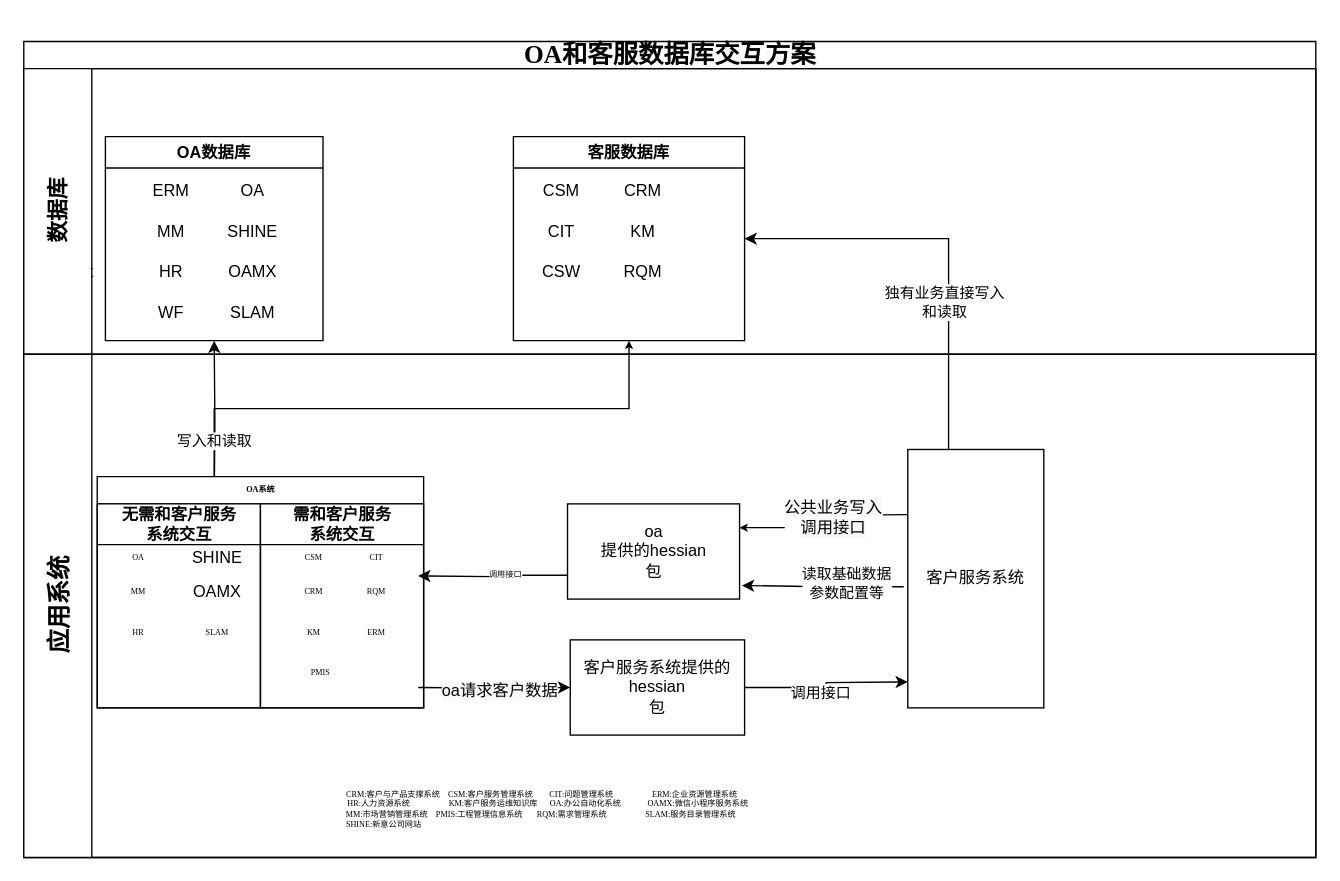
lin-owen/hello-world keeps this draw.io diagram as newModel.drawio. Above is the earlier version. Source tidied: cells renumbered, new cells numbered last; positions are measured from the earlier drawing's top-left corner, leaving out a move shared by most shapes. Both pictures are drawn from the tidied source at 136%, with x=0, y=0 at pixel (23, 41).
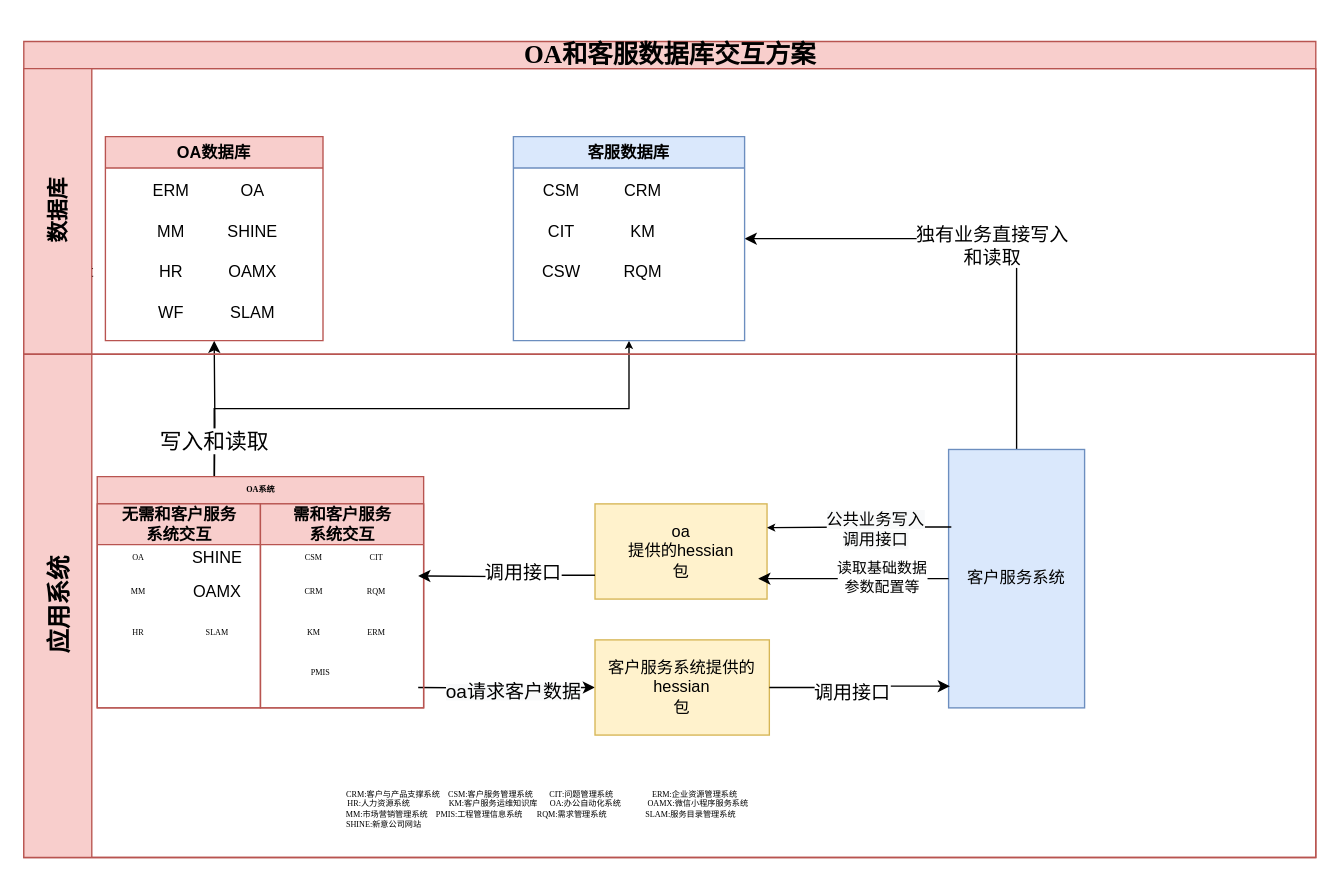
The same diagram, later.

Unchanged cells that the change refers to:
```xml
<mxCell id="3" style="edgeStyle=orthogonalEdgeStyle;rounded=0;jettySize=auto;html=1;entryX=0;entryY=0.5;entryDx=0;entryDy=0;" parent="1" edge="1" target="45">
  <mxGeometry relative="1" as="geometry">
    <mxPoint x="290" y="475" as="sourcePoint" />
  </mxGeometry>
</mxCell>
<mxCell id="55" style="edgeStyle=orthogonalEdgeStyle;rounded=0;jettySize=auto;html=1;exitX=0;exitY=0.75;exitDx=0;exitDy=0;fontFamily=Times New Roman;fontSize=6;" parent="1" edge="1" source="46">
  <mxGeometry relative="1" as="geometry">
    <mxPoint x="290" y="393" as="targetPoint" />
  </mxGeometry>
</mxCell>
```

What changed in the source:
```diff
@@
-    <mxCell id="4" value="&lt;span style=&quot;font-size: 12px ; background-color: rgb(248 , 249 , 250)&quot;&gt;oa请求客户数据&lt;/span&gt;" style="edgeLabel;html=1;align=center;verticalAlign=middle;" parent="3" vertex="1">
+    <mxCell id="4" value="&lt;span style=&quot;background-color: rgb(248 , 249 , 250)&quot;&gt;&lt;font style=&quot;font-size: 14px&quot;&gt;oa请求客户数据&lt;/font&gt;&lt;/span&gt;" style="edgeLabel;html=1;align=center;verticalAlign=middle;" parent="3" vertex="1">
       <mxGeometry x="0.07" y="-2" relative="1" as="geometry" />
     </mxCell>
     <mxCell id="5" style="edgeStyle=orthogonalEdgeStyle;rounded=0;jettySize=auto;html=1;entryX=1;entryY=0.5;entryDx=0;entryDy=0;exitX=0.5;exitY=0;exitDx=0;exitDy=0;" parent="1" edge="1" source="47" target="9">
       <mxGeometry relative="1" as="geometry">
         <Array as="points">
-          <mxPoint x="680" y="330" />
-          <mxPoint x="680" y="145" />
+          <mxPoint x="730" y="145" />
         </Array>
       </mxGeometry>
     </mxCell>
-    <mxCell id="6" value="独有业务直接写入&lt;br&gt;和读取" style="edgeLabel;html=1;align=center;verticalAlign=middle;" parent="5" vertex="1">
+    <mxCell id="6" value="独有业务直接写入&lt;br style=&quot;font-size: 14px;&quot;&gt;和读取" style="edgeLabel;html=1;align=center;verticalAlign=middle;fontSize=14;" parent="5" vertex="1">
       <mxGeometry x="-0.02" y="4" relative="1" as="geometry" />
     </mxCell>
-    <mxCell id="7" style="edgeStyle=orthogonalEdgeStyle;rounded=0;jettySize=auto;html=1;startSize=3;endSize=3;entryX=0.5;entryY=1;entryDx=0;entryDy=0;" parent="1" edge="1" target="9">
+    <mxCell id="7" style="edgeStyle=orthogonalEdgeStyle;rounded=0;jettySize=auto;html=1;startSize=3;endSize=3;entryX=0.5;entryY=1;entryDx=0;entryDy=0;strokeWidth=1;" parent="1" edge="1" target="9">
       <mxGeometry relative="1" as="geometry">
         <mxPoint x="140" y="340" as="sourcePoint" />
         <Array as="points">
           <mxPoint x="140" y="270" />
           <mxPoint x="445" y="270" />
         </Array>
       </mxGeometry>
     </mxCell>
-    <mxCell id="8" value="写入和读取" style="edgeLabel;html=1;align=center;verticalAlign=middle;" parent="7" vertex="1">
+    <mxCell id="8" value="写入和读取" style="edgeLabel;html=1;align=center;verticalAlign=middle;fontSize=16;" parent="7" vertex="1">
       <mxGeometry x="-0.78" y="1" relative="1" as="geometry" />
     </mxCell>
-    <mxCell id="9" value="客服数据库" style="swimlane;" parent="1" vertex="1">
+    <mxCell id="9" value="客服数据库" style="swimlane;fillColor=#dae8fc;strokeColor=#6c8ebf;" parent="1" vertex="1">
       <mxGeometry x="360" y="70" width="170" height="150" as="geometry" />
     </mxCell>
@@
-    <mxCell id="16" value="OA数据库" style="swimlane;" parent="1" vertex="1">
+    <mxCell id="16" value="OA数据库" style="swimlane;fillColor=#f8cecc;strokeColor=#b85450;" parent="1" vertex="1">
       <mxGeometry x="60" y="70" width="160" height="150" as="geometry" />
     </mxCell>
@@
-    <mxCell id="26" value="&lt;p class=&quot;MsoNormal&quot; style=&quot;margin-left: 21.25pt ; text-indent: -21.25pt&quot;&gt;&lt;span style=&quot;font-size: 18.6667px&quot;&gt;OA和客服数据库交互方案&lt;/span&gt;&lt;/p&gt;" style="swimlane;html=1;horizontal=1;startSize=20;labelPosition=center;verticalLabelPosition=middle;align=center;verticalAlign=middle;fontFamily=Times New Roman;" parent="1" vertex="1">
+    <mxCell id="26" value="&lt;p class=&quot;MsoNormal&quot; style=&quot;margin-left: 21.25pt ; text-indent: -21.25pt&quot;&gt;&lt;span style=&quot;font-size: 18.6667px&quot;&gt;OA和客服数据库交互方案&lt;/span&gt;&lt;/p&gt;" style="swimlane;html=1;horizontal=1;startSize=20;labelPosition=center;verticalLabelPosition=middle;align=center;verticalAlign=middle;fontFamily=Times New Roman;fillColor=#f8cecc;strokeColor=#b85450;" parent="1" vertex="1">
       <mxGeometry width="950" height="600" as="geometry" />
     </mxCell>
-    <mxCell id="27" value="&lt;font style=&quot;font-size: 16px&quot;&gt;数据库&lt;/font&gt;" style="swimlane;html=1;startSize=50;horizontal=0;fontSize=6;" parent="26" vertex="1">
+    <mxCell id="27" value="&lt;font style=&quot;font-size: 16px&quot;&gt;数据库&lt;/font&gt;" style="swimlane;html=1;startSize=50;horizontal=0;fontSize=6;fillColor=#f8cecc;strokeColor=#b85450;" parent="26" vertex="1">
       <mxGeometry y="20" width="950" height="210" as="geometry" />
     </mxCell>
-    <mxCell id="28" value="&lt;font face=&quot;Verdana&quot;&gt;&lt;span style=&quot;font-size: 18px&quot;&gt;应用系统&lt;/span&gt;&lt;/font&gt;" style="swimlane;html=1;startSize=50;horizontal=0;" parent="26" vertex="1">
+    <mxCell id="28" value="&lt;font face=&quot;Verdana&quot;&gt;&lt;span style=&quot;font-size: 18px&quot;&gt;应用系统&lt;/span&gt;&lt;/font&gt;" style="swimlane;html=1;startSize=50;horizontal=0;fillColor=#f8cecc;strokeColor=#b85450;" parent="26" vertex="1">
       <mxGeometry y="230" width="950" height="370" as="geometry" />
     </mxCell>
-    <mxCell id="29" value="OA系统" style="swimlane;html=1;startSize=20;fontFamily=Times New Roman;fontSize=6;" parent="28" vertex="1">
+    <mxCell id="29" value="OA系统" style="swimlane;html=1;startSize=20;fontFamily=Times New Roman;fontSize=6;fillColor=#f8cecc;strokeColor=#b85450;" parent="28" vertex="1">
       <mxGeometry x="54" y="90" width="240" height="170" as="geometry" />
     </mxCell>
-    <mxCell id="30" value="无需和客户服务&lt;br&gt;系统交互" style="swimlane;html=1;startSize=30;" parent="29" vertex="1">
+    <mxCell id="30" value="无需和客户服务&lt;br&gt;系统交互" style="swimlane;html=1;startSize=30;fillColor=#f8cecc;strokeColor=#b85450;" parent="29" vertex="1">
       <mxGeometry y="20" width="120" height="150" as="geometry" />
     </mxCell>
@@
-    <mxCell id="37" value="需和客户服务&lt;br&gt;系统交互" style="swimlane;html=1;startSize=30;" parent="29" vertex="1">
+    <mxCell id="37" value="需和客户服务&lt;br&gt;系统交互" style="swimlane;html=1;startSize=30;fillColor=#f8cecc;strokeColor=#b85450;" parent="29" vertex="1">
       <mxGeometry x="120" y="20" width="120" height="150" as="geometry" />
     </mxCell>
@@
-    <mxCell id="45" value="&lt;span&gt;客户服务系统提供的&lt;/span&gt;hessian&lt;span&gt;&lt;br&gt;包&lt;/span&gt;" style="rounded=0;whiteSpace=wrap;html=1;" parent="28" vertex="1">
-      <mxGeometry x="401.8" y="210" width="128.2" height="70" as="geometry" />
+    <mxCell id="45" value="&lt;span&gt;客户服务系统提供的&lt;/span&gt;hessian&lt;span&gt;&lt;br&gt;包&lt;/span&gt;" style="rounded=0;whiteSpace=wrap;html=1;fillColor=#fff2cc;strokeColor=#d6b656;" parent="28" vertex="1">
+      <mxGeometry x="420" y="210" width="128.2" height="70" as="geometry" />
     </mxCell>
-    <mxCell id="46" value="oa&lt;br&gt;提供的hessian&lt;br&gt;包" style="rounded=0;whiteSpace=wrap;html=1;" parent="28" vertex="1">
-      <mxGeometry x="399.8" y="110" width="126.5" height="70" as="geometry" />
+    <mxCell id="46" value="oa&lt;br&gt;提供的hessian&lt;br&gt;包" style="rounded=0;whiteSpace=wrap;html=1;fillColor=#fff2cc;strokeColor=#d6b656;" parent="28" vertex="1">
+      <mxGeometry x="420" y="110" width="126.5" height="70" as="geometry" />
     </mxCell>
-    <mxCell id="47" value="客户服务系统" style="rounded=0;whiteSpace=wrap;html=1;" parent="28" vertex="1">
-      <mxGeometry x="650" y="70" width="100" height="190" as="geometry" />
+    <mxCell id="47" value="客户服务系统" style="rounded=0;whiteSpace=wrap;html=1;fillColor=#dae8fc;strokeColor=#6c8ebf;" parent="28" vertex="1">
+      <mxGeometry x="680" y="70" width="100" height="190" as="geometry" />
     </mxCell>
-    <mxCell id="48" style="edgeStyle=orthogonalEdgeStyle;rounded=0;jettySize=auto;html=1;entryX=0;entryY=0.847;entryDx=0;entryDy=0;entryPerimeter=0;" parent="28" edge="1" source="45">
+    <mxCell id="48" style="edgeStyle=orthogonalEdgeStyle;rounded=0;jettySize=auto;html=1;entryX=0.01;entryY=0.916;entryDx=0;entryDy=0;entryPerimeter=0;" parent="28" edge="1" source="45" target="47">
       <mxGeometry relative="1" as="geometry">
-        <mxPoint x="650" y="240.9" as="targetPoint" />
+        <Array as="points">
+          <mxPoint x="614" y="245" />
+          <mxPoint x="614" y="244" />
+        </Array>
       </mxGeometry>
     </mxCell>
-    <mxCell id="49" value="调用接口" style="edgeLabel;html=1;align=center;verticalAlign=middle;" parent="48" vertex="1">
+    <mxCell id="49" value="&lt;font style=&quot;font-size: 14px&quot;&gt;调用接口&lt;/font&gt;" style="edgeLabel;html=1;align=center;verticalAlign=middle;" parent="48" vertex="1">
       <mxGeometry x="-0.11" y="-3" relative="1" as="geometry" />
     </mxCell>
-    <mxCell id="50" style="edgeStyle=orthogonalEdgeStyle;rounded=0;jettySize=auto;html=1;startSize=3;endSize=3;entryX=1;entryY=0.25;entryDx=0;entryDy=0;exitX=0.02;exitY=0.147;exitDx=0;exitDy=0;exitPerimeter=0;" parent="28" edge="1" target="46">
-      <mxGeometry relative="1" as="geometry">
-        <mxPoint x="650" y="117.9" as="sourcePoint" />
-      </mxGeometry>
+    <mxCell id="50" style="edgeStyle=orthogonalEdgeStyle;rounded=0;jettySize=auto;html=1;startSize=3;endSize=3;entryX=1;entryY=0.25;entryDx=0;entryDy=0;exitX=0.02;exitY=0.3;exitDx=0;exitDy=0;exitPerimeter=0;" parent="28" edge="1" source="47" target="46">
+      <mxGeometry relative="1" as="geometry" />
     </mxCell>
@@
-    <mxCell id="52" style="edgeStyle=orthogonalEdgeStyle;rounded=0;orthogonalLoop=1;jettySize=auto;html=1;exitX=-0.01;exitY=0.426;exitDx=0;exitDy=0;exitPerimeter=0;" parent="28" edge="1">
+    <mxCell id="52" style="edgeStyle=orthogonalEdgeStyle;rounded=0;jettySize=auto;html=1;exitX=0;exitY=0.5;exitDx=0;exitDy=0;" parent="28" edge="1" source="47">
       <mxGeometry relative="1" as="geometry">
-        <mxPoint x="647" y="170.9" as="sourcePoint" />
-        <mxPoint x="528" y="170" as="targetPoint" />
+        <mxPoint x="540" y="165" as="targetPoint" />
         <Array as="points">
-          <mxPoint x="588" y="170" />
+          <mxPoint x="580" y="165" />
+          <mxPoint x="580" y="165" />
         </Array>
       </mxGeometry>
     </mxCell>
@@
-    <mxCell id="56" value="调用接口" style="edgeLabel;html=1;align=center;verticalAlign=middle;fontSize=6;fontFamily=Times New Roman;" parent="55" vertex="1">
+    <mxCell id="56" value="&lt;font style=&quot;font-size: 14px&quot;&gt;调用接口&lt;/font&gt;" style="edgeLabel;html=1;align=center;verticalAlign=middle;fontSize=9;fontFamily=Times New Roman;" parent="55" vertex="1">
       <mxGeometry x="-0.17" y="-1" relative="1" as="geometry" />
     </mxCell>
```
